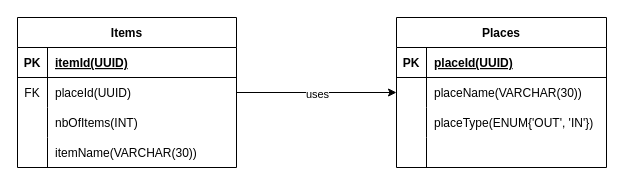
CrateME-UL/INV-Backend keeps this draw.io diagram as DbSchema.drawio. Above is the earlier version. Source tidied: cells renumbered, new cells numbered last; positions are measured from the earlier drawing's top-left corner, leaving out a move shared by most shapes. Both pictures are drawn from the tidied source at 100%, with x=0, y=0 at pixel (17, 17).
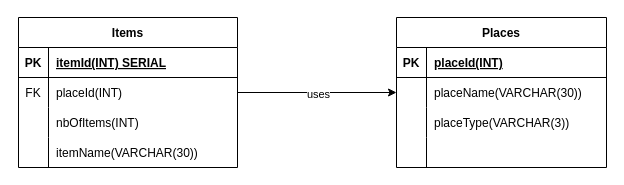
The same diagram, later.

Commit message (it also covers changes not shown here):
INV-44: update schemas db

Unchanged cells that the change refers to:
```xml
<mxCell id="3" style="shape=tableRow;horizontal=0;startSize=0;swimlaneHead=0;swimlaneBody=0;fillColor=none;top=0;left=0;right=0;bottom=1;" parent="2" vertex="1">
  <mxGeometry y="30" width="219" height="30" as="geometry" />
</mxCell>
<mxCell id="6" style="shape=tableRow;horizontal=0;startSize=0;swimlaneHead=0;swimlaneBody=0;fillColor=none;points=[[0,0.5],[1,0.5]];portConstraint=eastwest;top=0;left=0;right=0;bottom=0;" parent="2" vertex="1">
  <mxGeometry y="60" width="219" height="30" as="geometry" />
</mxCell>
<mxCell id="16" style="shape=tableRow;horizontal=0;startSize=0;swimlaneHead=0;swimlaneBody=0;fillColor=none;top=0;left=0;right=0;bottom=1;" parent="15" vertex="1">
  <mxGeometry y="30" width="210" height="30" as="geometry" />
</mxCell>
<mxCell id="22" style="shape=tableRow;horizontal=0;startSize=0;swimlaneHead=0;swimlaneBody=0;fillColor=none;top=0;left=0;right=0;bottom=0;" parent="15" vertex="1">
  <mxGeometry y="90" width="210" height="30" as="geometry" />
</mxCell>
```

What changed in the source:
```diff
@@
     <mxCell id="2" value="Items" style="shape=table;startSize=30;childLayout=tableLayout;rowLines=0;fontStyle=1;align=center;" parent="1" vertex="1">
-      <mxGeometry width="219" height="150" as="geometry" />
+      <mxGeometry x="1" width="219" height="150" as="geometry" />
     </mxCell>
@@
-    <mxCell id="5" value="itemId(UUID)" style="shape=partialRectangle;fillColor=none;top=0;left=0;bottom=0;right=0;align=left;spacingLeft=6;fontStyle=5;overflow=hidden;" parent="3" vertex="1">
+    <mxCell id="5" value="itemId(INT) SERIAL" style="shape=partialRectangle;fillColor=none;top=0;left=0;bottom=0;right=0;align=left;spacingLeft=6;fontStyle=5;overflow=hidden;" parent="3" vertex="1">
       <mxGeometry x="30" width="189" height="30" as="geometry" />
     </mxCell>
@@
-    <mxCell id="8" value="placeId(UUID)" style="shape=partialRectangle;fillColor=none;top=0;left=0;bottom=0;right=0;align=left;spacingLeft=6;overflow=hidden;" parent="6" vertex="1">
+    <mxCell id="8" value="placeId(INT)" style="shape=partialRectangle;fillColor=none;top=0;left=0;bottom=0;right=0;align=left;spacingLeft=6;overflow=hidden;" parent="6" vertex="1">
       <mxGeometry x="30" width="189" height="30" as="geometry" />
     </mxCell>
@@
-    <mxCell id="18" value="placeId(UUID)" style="shape=partialRectangle;fillColor=none;top=0;left=0;bottom=0;right=0;align=left;spacingLeft=6;fontStyle=5;overflow=hidden;" parent="16" vertex="1">
+    <mxCell id="18" value="placeId(INT)" style="shape=partialRectangle;fillColor=none;top=0;left=0;bottom=0;right=0;align=left;spacingLeft=6;fontStyle=5;overflow=hidden;" parent="16" vertex="1">
       <mxGeometry x="30" width="180" height="30" as="geometry" />
     </mxCell>
@@
-    <mxCell id="24" value="placeType(ENUM{'OUT', 'IN'})" style="shape=partialRectangle;fillColor=none;top=0;left=0;bottom=0;right=0;align=left;spacingLeft=6;overflow=hidden;" parent="22" vertex="1">
+    <mxCell id="24" value="placeType(VARCHAR(3))" style="shape=partialRectangle;fillColor=none;top=0;left=0;bottom=0;right=0;align=left;spacingLeft=6;overflow=hidden;" parent="22" vertex="1">
       <mxGeometry x="30" width="180" height="30" as="geometry" />
     </mxCell>
```
